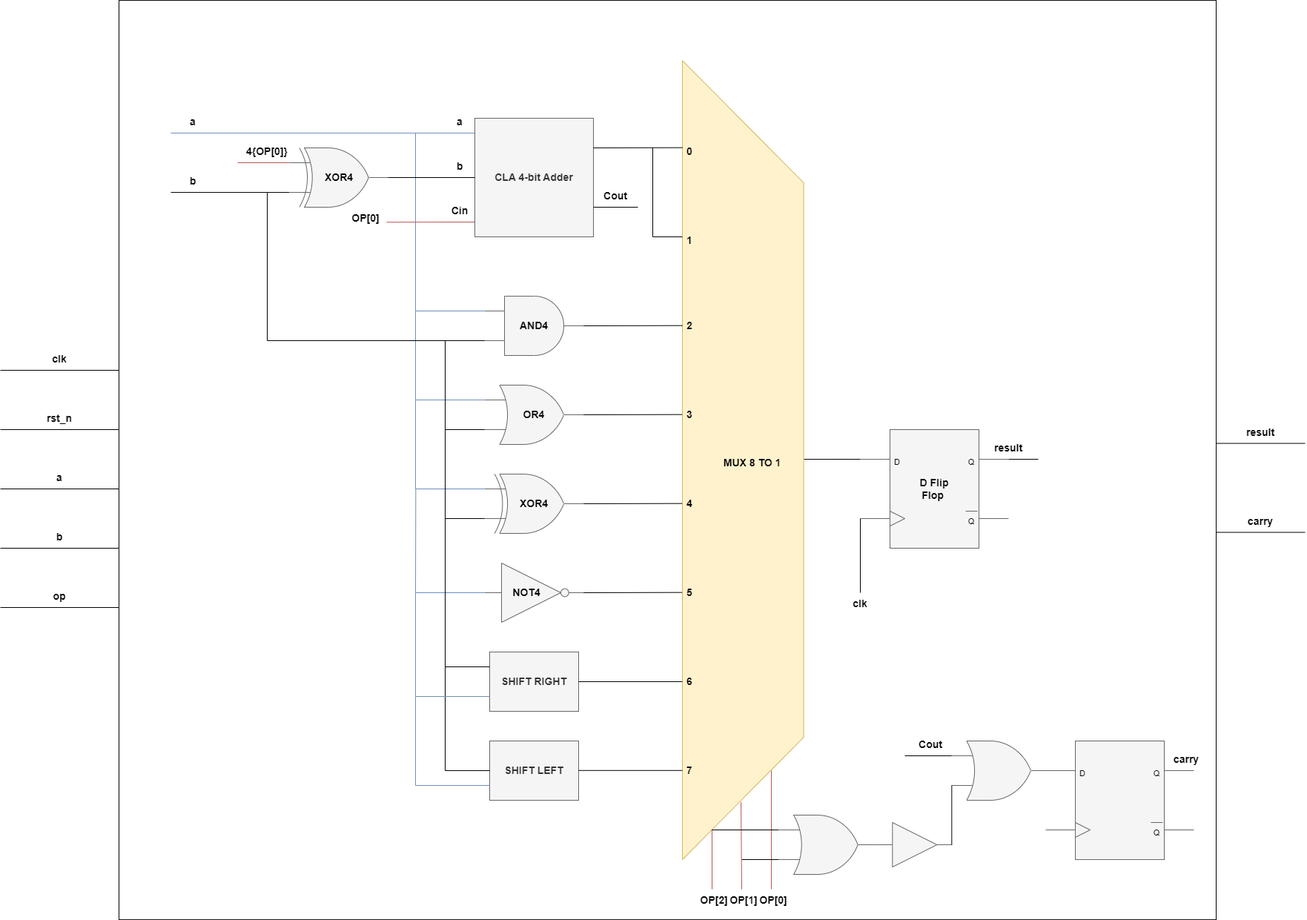
The draw.io diagram 99_doc/ALU_new.png in thanhtunglk1/ALU_synthesis, before a commit. Source tidied: cells renumbered, new cells last; positions are measured from the earlier drawing's top-left corner, leaving out a move shared by most shapes.
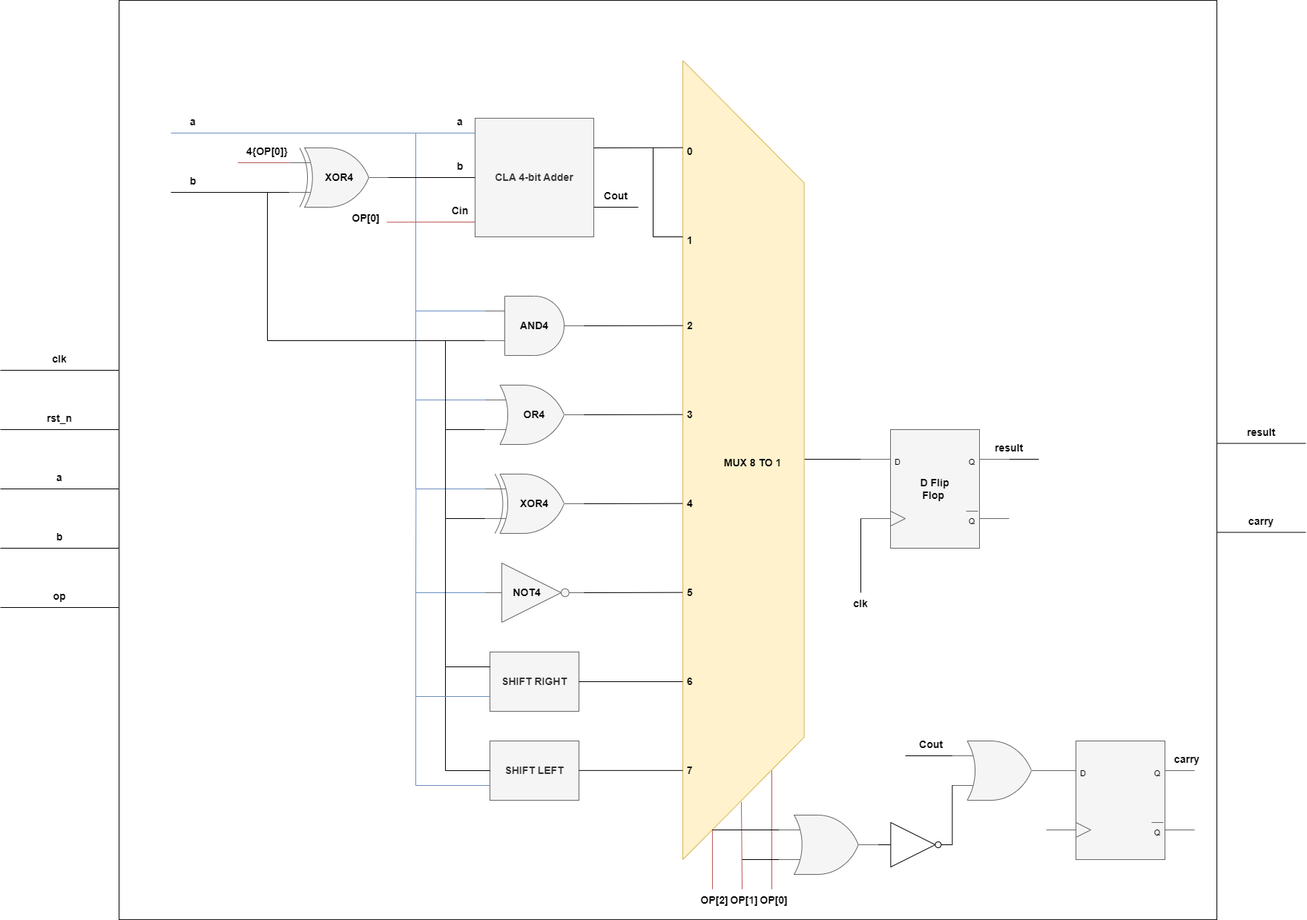
Above is the later version.

What changed in the source:
```diff
@@ -382,9 +382,6 @@
     <mxCell id="85" value="carry" style="text;html=1;align=center;verticalAlign=middle;whiteSpace=wrap;rounded=0;fontSize=14;fontStyle=1;" parent="1" vertex="1">
       <mxGeometry x="1670" y="687.6" width="60" height="30" as="geometry" />
     </mxCell>
-    <mxCell id="86" style="verticalLabelPosition=bottom;shadow=0;dashed=0;align=center;html=1;verticalAlign=top;shape=mxgraph.electrical.logic_gates.buffer2;fillColor=#f5f5f5;fontColor=#333333;strokeColor=#666666;" parent="1" vertex="1">
-      <mxGeometry x="1183.3" y="1109" width="100" height="60" as="geometry" />
-    </mxCell>
     <mxCell id="87" style="endArrow=none;html=1;exitX=0;exitY=0.25;exitDx=0;exitDy=0;exitPerimeter=0;" parent="1" edge="1" source="81">
       <mxGeometry relative="1" as="geometry">
         <mxPoint x="960" y="1119" as="targetPoint" />
@@ -398,8 +395,10 @@
     <mxCell id="89" style="verticalLabelPosition=bottom;shadow=0;dashed=0;align=center;html=1;verticalAlign=top;shape=mxgraph.electrical.logic_gates.logic_gate;operation=or;fillColor=#f5f5f5;strokeColor=#666666;fontSize=14;fontStyle=1;fontColor=#333333;" parent="1" vertex="1">
       <mxGeometry x="1283.3" y="999" width="133.3" height="80" as="geometry" />
     </mxCell>
-    <mxCell id="90" style="endArrow=none;html=1;exitX=1;exitY=0.5;exitDx=0;exitDy=0;entryX=0;entryY=0.75;entryDx=0;entryDy=0;entryPerimeter=0;" parent="1" edge="1" source="86" target="89">
-      <mxGeometry relative="1" as="geometry" />
+    <mxCell id="90" style="endArrow=none;html=1;exitX=1;exitY=0.5;exitDx=0;exitDy=0;entryX=0;entryY=0.75;entryDx=0;entryDy=0;entryPerimeter=0;" parent="1" edge="1" target="89">
+      <mxGeometry relative="1" as="geometry">
+        <mxPoint x="1283.3" y="1139" as="sourcePoint" />
+      </mxGeometry>
     </mxCell>
     <mxCell id="91" style="endArrow=none;html=1;fontSize=14;fontStyle=1;" parent="1" edge="1">
       <mxGeometry relative="1" as="geometry">
@@ -419,5 +418,8 @@
     <mxCell id="95" value="result" style="text;html=1;align=center;verticalAlign=middle;whiteSpace=wrap;rounded=0;fontSize=14;fontStyle=1;" parent="1" vertex="1">
       <mxGeometry x="1330" y="589" width="60" height="30" as="geometry" />
     </mxCell>
+    <mxCell id="96" style="verticalLabelPosition=bottom;shadow=0;dashed=0;align=center;html=1;verticalAlign=top;shape=mxgraph.electrical.logic_gates.inverter_2;" parent="1" vertex="1">
+      <mxGeometry x="1183.3" y="1109" width="100" height="60" as="geometry" />
+    </mxCell>
   </root>
 </mxGraphModel>
```
